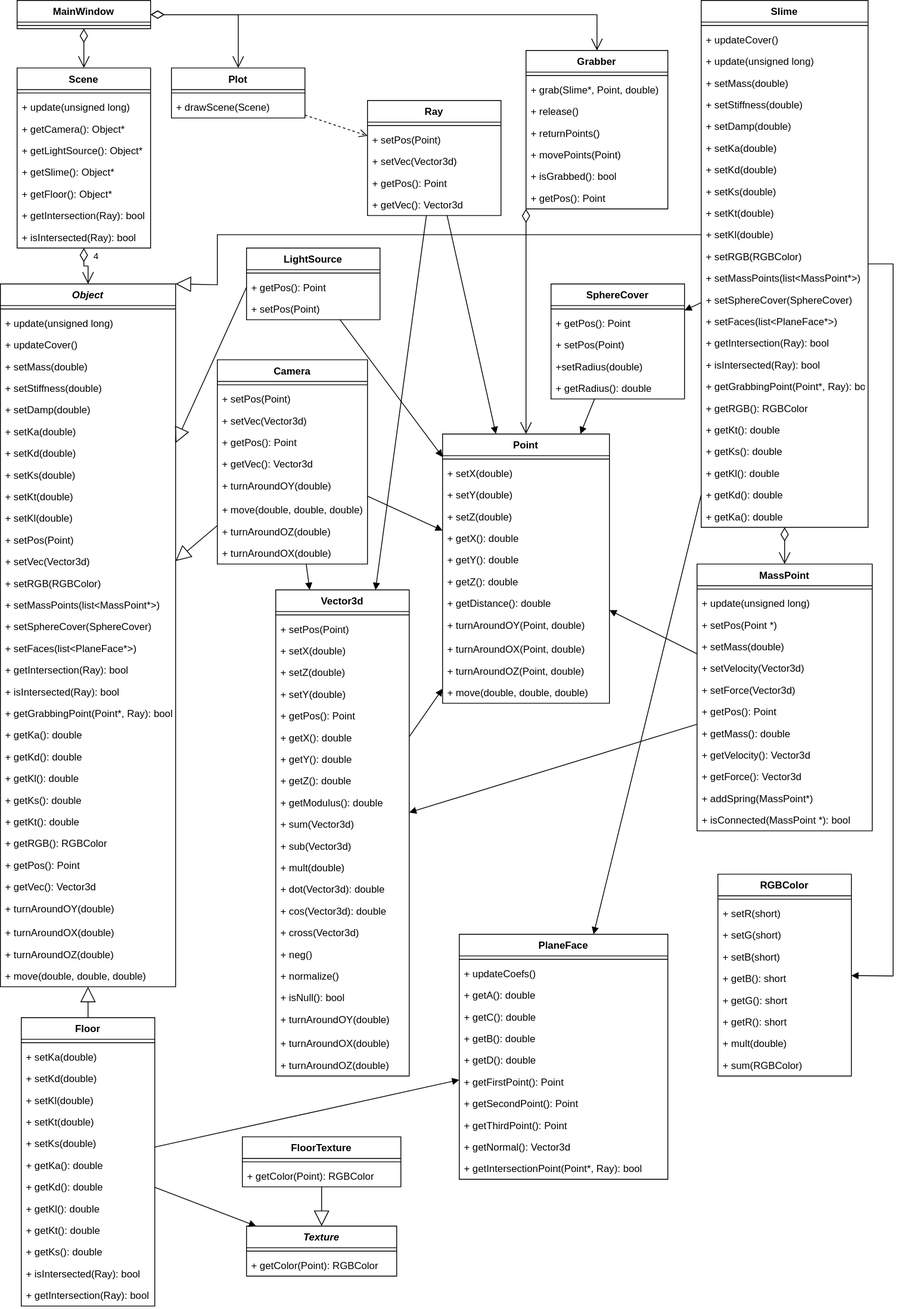
This is docs/rpz/images/uml.svg from agarmirus/slime_toy_course_project, a draw.io export, as it was before one commit. Source tidied: cells renumbered, new cells last; positions are measured from the earlier drawing's top-left corner, leaving out a move shared by most shapes.
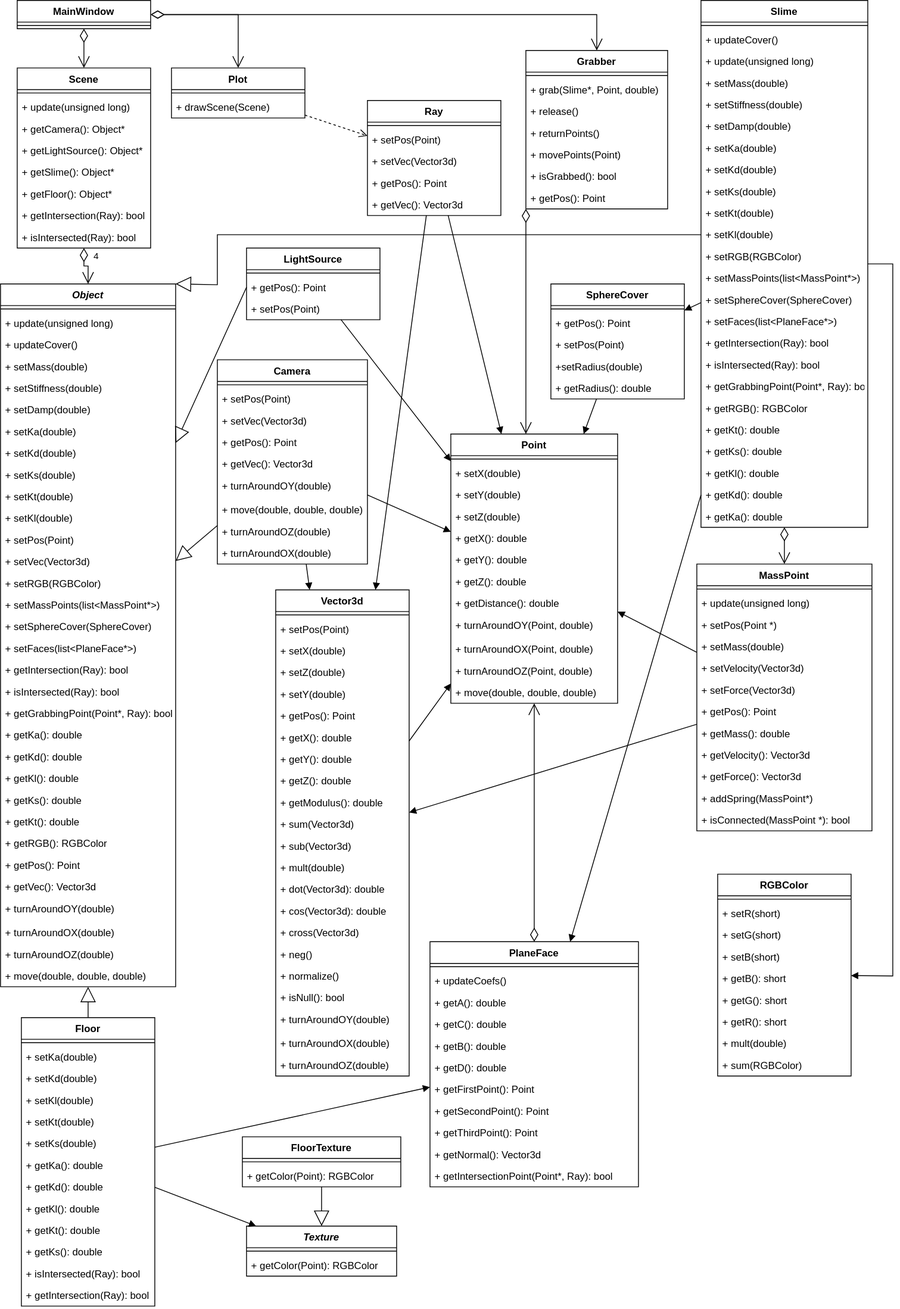
Above is the later version.

Diff of the diagram source:
```diff
@@ -42,7 +42,7 @@
       <mxGeometry y="219" width="180" height="26" as="geometry" />
     </mxCell>
     <mxCell id="15" value="PlaneFace" style="swimlane;fontStyle=1;align=center;verticalAlign=top;horizontal=1;startSize=26;" parent="1" vertex="1">
-      <mxGeometry x="550" y="1120" width="250" height="294" as="geometry" />
+      <mxGeometry x="515" y="1129" width="250" height="294" as="geometry" />
     </mxCell>
     <mxCell id="16" style="line;strokeWidth=1;fillColor=none;align=left;verticalAlign=middle;spacingTop=-1;spacingLeft=3;spacingRight=3;labelPosition=right;strokeColor=inherit;" parent="15" vertex="1">
       <mxGeometry y="26" width="250" height="8" as="geometry" />
@@ -540,7 +540,7 @@
       <mxGeometry y="164" width="170" height="26" as="geometry" />
     </mxCell>
     <mxCell id="181" value="Point" style="swimlane;fontStyle=1;align=center;verticalAlign=top;horizontal=1;startSize=26;" parent="1" vertex="1">
-      <mxGeometry x="530" y="520" width="200" height="323" as="geometry" />
+      <mxGeometry x="540" y="520" width="200" height="323" as="geometry" />
     </mxCell>
     <mxCell id="182" style="line;strokeWidth=1;fillColor=none;align=left;verticalAlign=middle;spacingTop=-1;spacingLeft=3;spacingRight=3;labelPosition=right;strokeColor=inherit;" parent="181" vertex="1">
       <mxGeometry y="26" width="200" height="8" as="geometry" />
@@ -686,5 +686,8 @@
         </Array>
       </mxGeometry>
     </mxCell>
+    <mxCell id="225" value="1" style="endArrow=open;endSize=12;startArrow=diamondThin;startSize=14;startFill=0;edgeStyle=orthogonalEdgeStyle;align=left;verticalAlign=bottom;rounded=0;strokeColor=default;fontColor=none;noLabel=1;" parent="1" edge="1" source="15" target="181">
+      <mxGeometry x="-1" y="3" relative="1" as="geometry" />
+    </mxCell>
   </root>
 </mxGraphModel>
```
